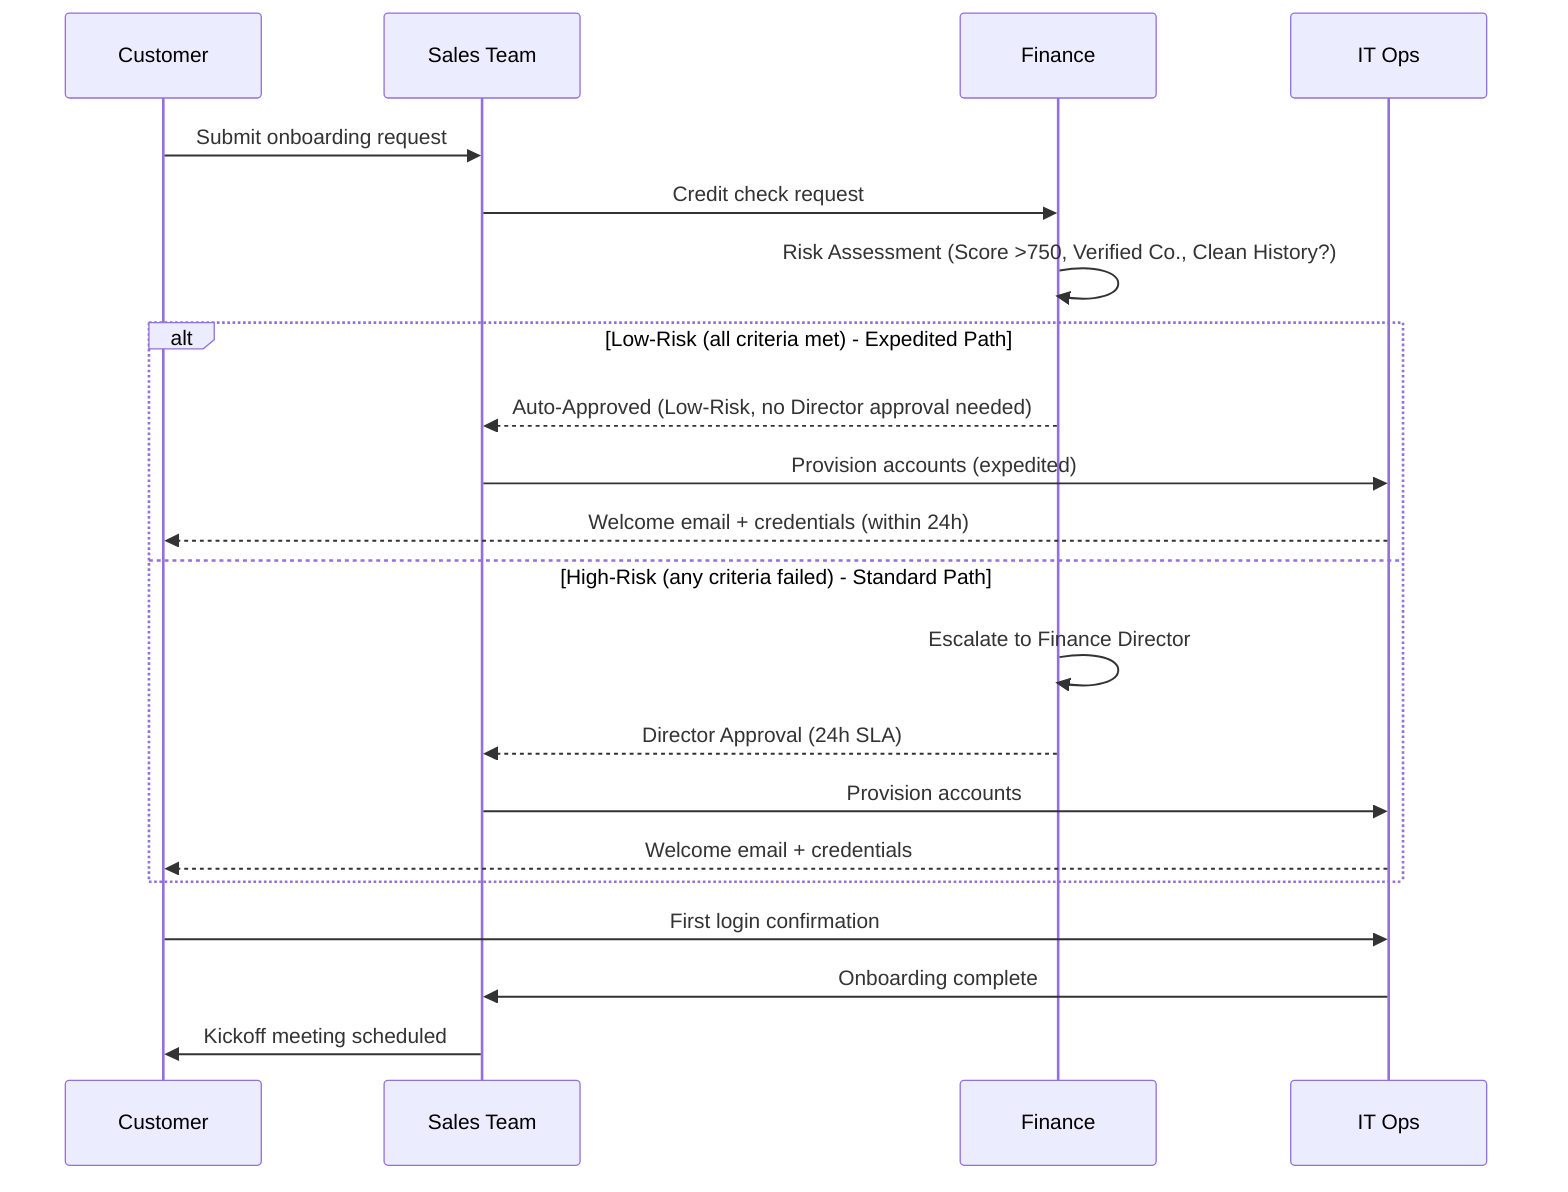
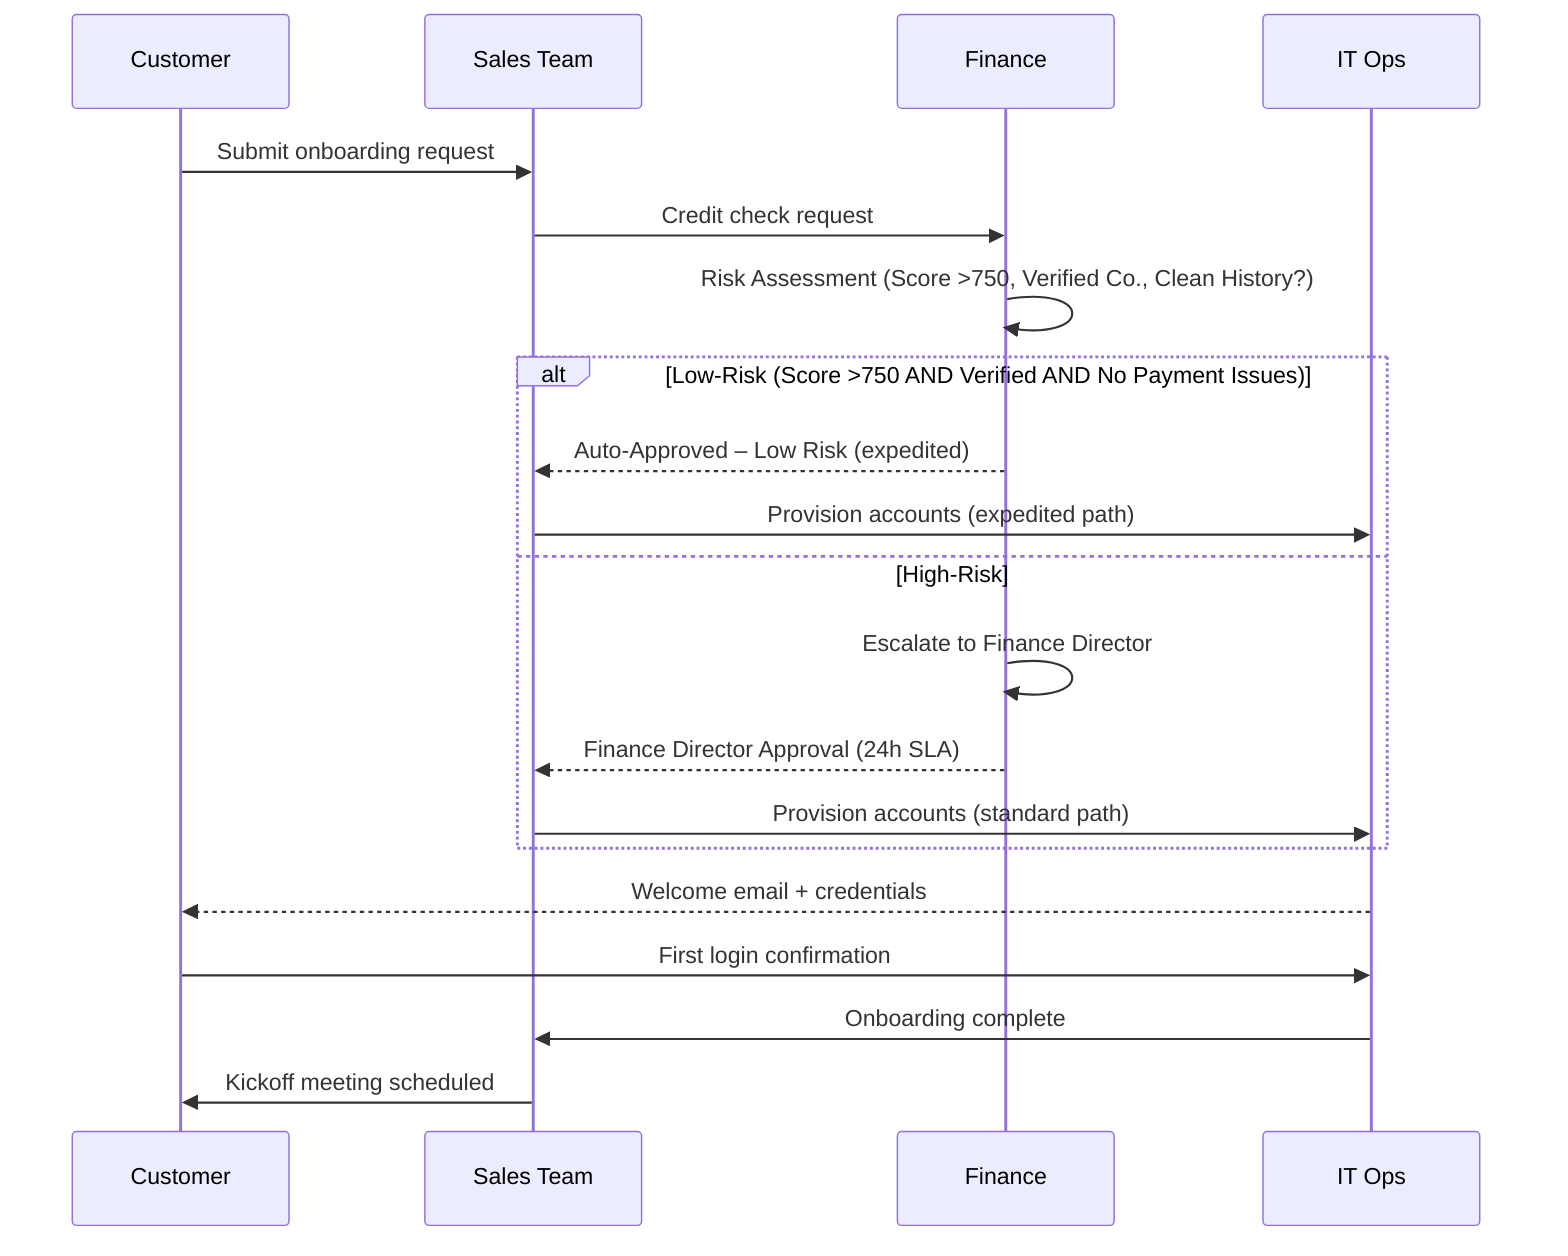
sequenceDiagram
    participant C as Customer
    participant S as Sales Team
    participant F as Finance
    participant IT as IT Ops

    C->>S: Submit onboarding request
    S->>F: Credit check request
-     %% ⚡ CHANGED SECTION - Risk assessment after credit check
+     %% ⚡ CHANGED SECTION — Added risk assessment decision with expedited path for low-risk customers
    F->>F: Risk Assessment (Score >750, Verified Co., Clean History?)
-     alt Low-Risk (all criteria met) - Expedited Path
-         F-->>S: Auto-Approved (Low-Risk, no Director approval needed)
-         S->>IT: Provision accounts (expedited)
-         IT-->>C: Welcome email + credentials (within 24h)
-     else High-Risk (any criteria failed) - Standard Path
+ 
+     alt Low-Risk (Score >750 AND Verified AND No Payment Issues)
+         F-->>S: Auto-Approved – Low Risk (expedited)
+         S->>IT: Provision accounts (expedited path)
+     else High-Risk
        F->>F: Escalate to Finance Director
-         F-->>S: Director Approval (24h SLA)
-         S->>IT: Provision accounts
-         IT-->>C: Welcome email + credentials
+         F-->>S: Finance Director Approval (24h SLA)
+         S->>IT: Provision accounts (standard path)
    end
-     %% ⚡ END CHANGED SECTION
+     %% END CHANGED SECTION
+     IT-->>C: Welcome email + credentials
    C->>IT: First login confirmation
    IT->>S: Onboarding complete
    S->>C: Kickoff meeting scheduled

%% EXPLANATION:
- %% Added a risk assessment step within Finance after the credit check request. An alt/else block now branches the flow: low-risk customers (score >750, verified company, clean payment history) receive automatic approval and proceed directly to expedited account provisioning, while high-risk customers are escalated to the Finance Director for the existing approval workflow with 24h SLA. Both paths converge at the customer's first login confirmation and subsequent kickoff scheduling.+ %% Replaced the single Finance approval response with a risk assessment step within Finance that evaluates three criteria (credit score >750, verified company status, clean payment history). An `alt` block splits the flow: low-risk customers receive automatic approval and proceed directly to account provisioning via an expedited path, while high-risk customers are escalated to the Finance Director for manual approval under the existing 24h SLA before provisioning continues. All downstream steps remain unchanged.